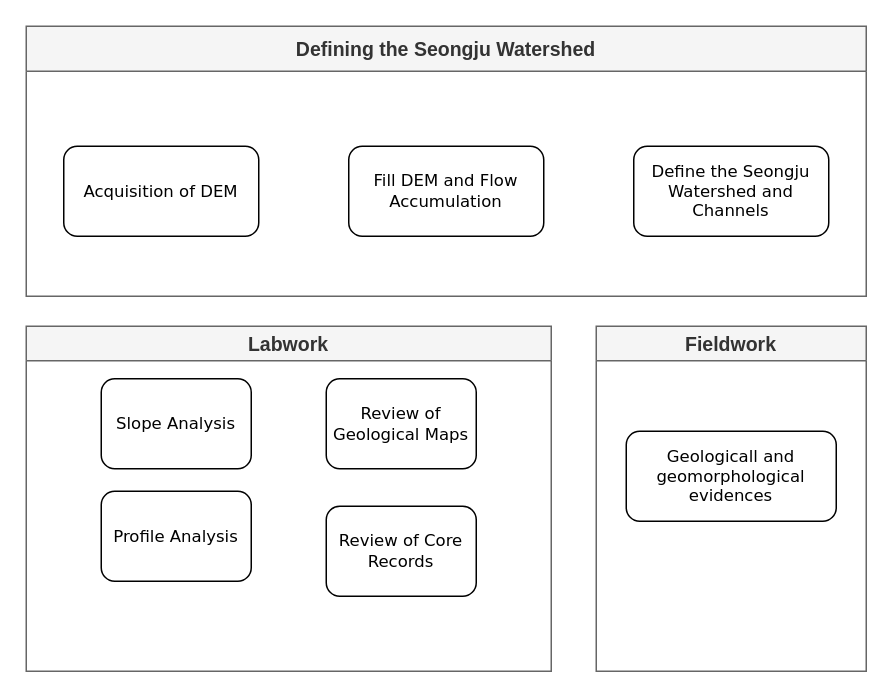
Before: Untitled Diagram.drawio in muyeoljung/Dokdo_Work, a draw.io diagram. Source tidied: cells renumbered, new cells numbered last; positions are measured from the earlier drawing's top-left corner, leaving out a move shared by most shapes. Both pictures are drawn from the tidied source at 150%, with x=0, y=0 at pixel (26, 26).
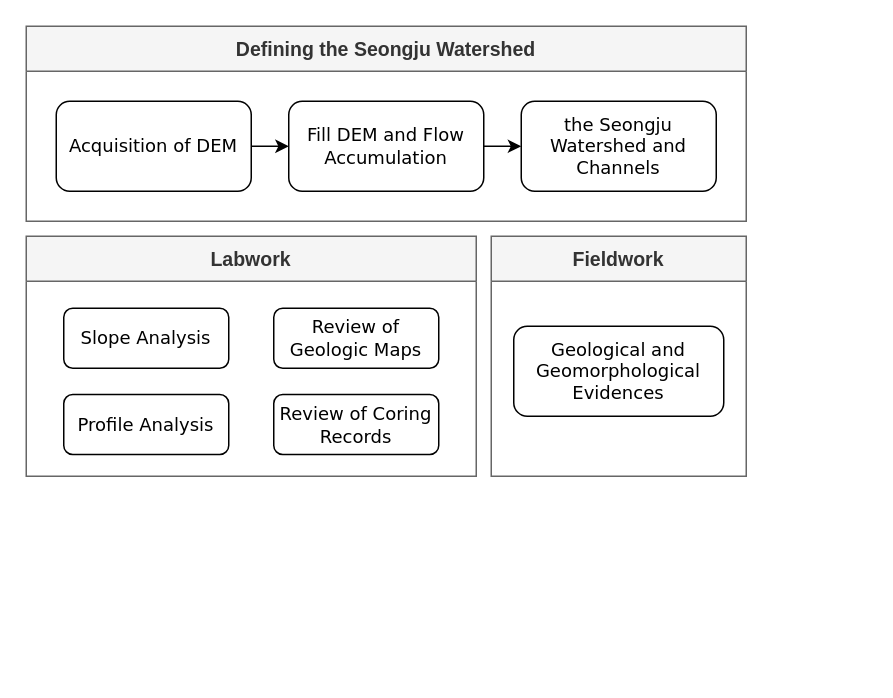
After the change.

Diff of the diagram source:
```diff
@@
 <mxGraphModel>
   <root>
     <mxCell id="0" />
     <mxCell id="1" parent="0" />
     <mxCell id="2" value="&lt;font style=&quot;font-size: 13px;&quot;&gt;Defining the Seongju Watershed&lt;/font&gt;" style="swimlane;whiteSpace=wrap;html=1;startSize=30;fillColor=#f5f5f5;fontColor=#333333;strokeColor=#666666;" parent="1" vertex="1">
-      <mxGeometry width="560" height="180" as="geometry" />
+      <mxGeometry width="480" height="130" as="geometry" />
     </mxCell>
-    <mxCell id="3" value="&lt;font style=&quot;font-size: 11px;&quot;&gt;Define the Seongju Watershed and Channels&lt;/font&gt;" style="rounded=1;whiteSpace=wrap;html=1;shadow=0;labelBackgroundColor=none;strokeWidth=1;fontFamily=Verdana;fontSize=8;align=center;" parent="2" vertex="1">
-      <mxGeometry x="405" y="80" width="130" height="60" as="geometry" />
+    <mxCell id="3" value="&lt;font style=&quot;font-size: 12px;&quot;&gt;the Seongju Watershed and Channels&lt;/font&gt;" style="rounded=1;whiteSpace=wrap;html=1;shadow=0;labelBackgroundColor=none;strokeWidth=1;fontFamily=Verdana;fontSize=8;align=center;" parent="2" vertex="1">
+      <mxGeometry x="330" y="50" width="130" height="60" as="geometry" />
     </mxCell>
+    <mxCell id="13" style="edgeStyle=orthogonalEdgeStyle;rounded=0;jettySize=auto;html=1;exitX=1;exitY=0.5;exitDx=0;exitDy=0;entryX=0;entryY=0.5;entryDx=0;entryDy=0;" parent="2" edge="1" source="4" target="5">
+      <mxGeometry relative="1" as="geometry" />
+    </mxCell>
-    <mxCell id="4" value="&lt;font style=&quot;font-size: 11px;&quot;&gt;Acquisition of DEM&lt;/font&gt;" style="rounded=1;whiteSpace=wrap;html=1;shadow=0;labelBackgroundColor=none;strokeWidth=1;fontFamily=Verdana;fontSize=8;align=center;" parent="2" vertex="1">
-      <mxGeometry x="25" y="80" width="130" height="60" as="geometry" />
+    <mxCell id="4" value="&lt;font style=&quot;font-size: 12px;&quot;&gt;Acquisition of DEM&lt;/font&gt;" style="rounded=1;whiteSpace=wrap;html=1;shadow=0;labelBackgroundColor=none;strokeWidth=1;fontFamily=Verdana;fontSize=8;align=center;" parent="2" vertex="1">
+      <mxGeometry x="20" y="50" width="130" height="60" as="geometry" />
     </mxCell>
+    <mxCell id="14" style="edgeStyle=orthogonalEdgeStyle;rounded=0;jettySize=auto;html=1;exitX=1;exitY=0.5;exitDx=0;exitDy=0;entryX=0;entryY=0.5;entryDx=0;entryDy=0;" parent="2" edge="1" source="5" target="3">
+      <mxGeometry relative="1" as="geometry" />
+    </mxCell>
-    <mxCell id="5" value="&lt;font style=&quot;font-size: 11px;&quot;&gt;Fill DEM and Flow Accumulation&lt;/font&gt;" style="rounded=1;whiteSpace=wrap;html=1;shadow=0;labelBackgroundColor=none;strokeWidth=1;fontFamily=Verdana;fontSize=8;align=center;" parent="2" vertex="1">
-      <mxGeometry x="215" y="80" width="130" height="60" as="geometry" />
+    <mxCell id="5" value="&lt;font style=&quot;font-size: 12px;&quot;&gt;Fill DEM and Flow Accumulation&lt;/font&gt;" style="rounded=1;whiteSpace=wrap;html=1;shadow=0;labelBackgroundColor=none;strokeWidth=1;fontFamily=Verdana;fontSize=8;align=center;" parent="2" vertex="1">
+      <mxGeometry x="175" y="50" width="130" height="60" as="geometry" />
     </mxCell>
-    <mxCell id="6" value="&lt;font style=&quot;font-size: 13px;&quot;&gt;Labwork&lt;/font&gt;" style="swimlane;whiteSpace=wrap;html=1;fillColor=#f5f5f5;fontColor=#333333;strokeColor=#666666;" parent="1" vertex="1">
-      <mxGeometry y="200" width="350" height="230" as="geometry" />
+    <mxCell id="6" value="&lt;font style=&quot;font-size: 13px;&quot;&gt;Labwork&lt;/font&gt;" style="swimlane;whiteSpace=wrap;html=1;fillColor=#f5f5f5;fontColor=#333333;strokeColor=#666666;startSize=30;" parent="1" vertex="1">
+      <mxGeometry y="140" width="300" height="160" as="geometry" />
     </mxCell>
-    <mxCell id="7" value="&lt;font style=&quot;font-size: 11px;&quot;&gt;Slope Analysis&lt;/font&gt;" style="rounded=1;whiteSpace=wrap;html=1;shadow=0;labelBackgroundColor=none;strokeWidth=1;fontFamily=Verdana;fontSize=8;align=center;" parent="6" vertex="1">
-      <mxGeometry x="50" y="35" width="100" height="60" as="geometry" />
+    <mxCell id="7" value="&lt;font style=&quot;font-size: 12px;&quot;&gt;Slope Analysis&lt;/font&gt;" style="rounded=1;whiteSpace=wrap;html=1;shadow=0;labelBackgroundColor=none;strokeWidth=1;fontFamily=Verdana;fontSize=8;align=center;" parent="6" vertex="1">
+      <mxGeometry x="25" y="48" width="110" height="40" as="geometry" />
     </mxCell>
-    <mxCell id="8" value="&lt;font style=&quot;font-size: 11px;&quot;&gt;Profile Analysis&lt;/font&gt;" style="rounded=1;whiteSpace=wrap;html=1;shadow=0;labelBackgroundColor=none;strokeWidth=1;fontFamily=Verdana;fontSize=8;align=center;" parent="6" vertex="1">
-      <mxGeometry x="50" y="110" width="100" height="60" as="geometry" />
+    <mxCell id="8" value="&lt;font style=&quot;font-size: 12px;&quot;&gt;Profile Analysis&lt;/font&gt;" style="rounded=1;whiteSpace=wrap;html=1;shadow=0;labelBackgroundColor=none;strokeWidth=1;fontFamily=Verdana;fontSize=8;align=center;" parent="6" vertex="1">
+      <mxGeometry x="25" y="105.5" width="110" height="40" as="geometry" />
     </mxCell>
-    <mxCell id="9" value="&lt;font style=&quot;font-size: 11px;&quot;&gt;Review of Geological Maps&lt;/font&gt;" style="rounded=1;whiteSpace=wrap;html=1;shadow=0;labelBackgroundColor=none;strokeWidth=1;fontFamily=Verdana;fontSize=8;align=center;" parent="6" vertex="1">
-      <mxGeometry x="200" y="35" width="100" height="60" as="geometry" />
+    <mxCell id="9" value="&lt;font style=&quot;font-size: 12px;&quot;&gt;Review of Geologic Maps&lt;/font&gt;" style="rounded=1;whiteSpace=wrap;html=1;shadow=0;labelBackgroundColor=none;strokeWidth=1;fontFamily=Verdana;fontSize=8;align=center;" parent="6" vertex="1">
+      <mxGeometry x="165" y="48" width="110" height="40" as="geometry" />
     </mxCell>
-    <mxCell id="10" value="&lt;font style=&quot;font-size: 11px;&quot;&gt;Review of Core Records&lt;/font&gt;" style="rounded=1;whiteSpace=wrap;html=1;shadow=0;labelBackgroundColor=none;strokeWidth=1;fontFamily=Verdana;fontSize=8;align=center;" parent="6" vertex="1">
-      <mxGeometry x="200" y="120" width="100" height="60" as="geometry" />
+    <mxCell id="10" value="&lt;font style=&quot;font-size: 12px;&quot;&gt;Review of Coring Records&lt;/font&gt;" style="rounded=1;whiteSpace=wrap;html=1;shadow=0;labelBackgroundColor=none;strokeWidth=1;fontFamily=Verdana;fontSize=8;align=center;" parent="6" vertex="1">
+      <mxGeometry x="165" y="105.5" width="110" height="40" as="geometry" />
     </mxCell>
-    <mxCell id="11" value="&lt;font style=&quot;font-size: 13px;&quot;&gt;Fieldwork&lt;/font&gt;" style="swimlane;whiteSpace=wrap;html=1;fillColor=#f5f5f5;fontColor=#333333;strokeColor=#666666;" parent="1" vertex="1">
-      <mxGeometry x="380" y="200" width="180" height="230" as="geometry" />
+    <mxCell id="11" value="&lt;font style=&quot;font-size: 13px;&quot;&gt;Fieldwork&lt;/font&gt;" style="swimlane;whiteSpace=wrap;html=1;fillColor=#f5f5f5;fontColor=#333333;strokeColor=#666666;startSize=30;" parent="1" vertex="1">
+      <mxGeometry x="310" y="140" width="170" height="160" as="geometry" />
     </mxCell>
-    <mxCell id="12" value="&lt;font style=&quot;font-size: 11px;&quot;&gt;Geologicall and geomorphological evidences&lt;/font&gt;" style="rounded=1;whiteSpace=wrap;html=1;shadow=0;labelBackgroundColor=none;strokeWidth=1;fontFamily=Verdana;fontSize=8;align=center;" parent="11" vertex="1">
-      <mxGeometry x="20" y="70" width="140" height="60" as="geometry" />
+    <mxCell id="12" value="&lt;font style=&quot;font-size: 12px;&quot;&gt;Geological and Geomorphological Evidences&lt;/font&gt;" style="rounded=1;whiteSpace=wrap;html=1;shadow=0;labelBackgroundColor=none;strokeWidth=1;fontFamily=Verdana;fontSize=8;align=center;" parent="11" vertex="1">
+      <mxGeometry x="15" y="60" width="140" height="60" as="geometry" />
     </mxCell>
   </root>
 </mxGraphModel>
```
